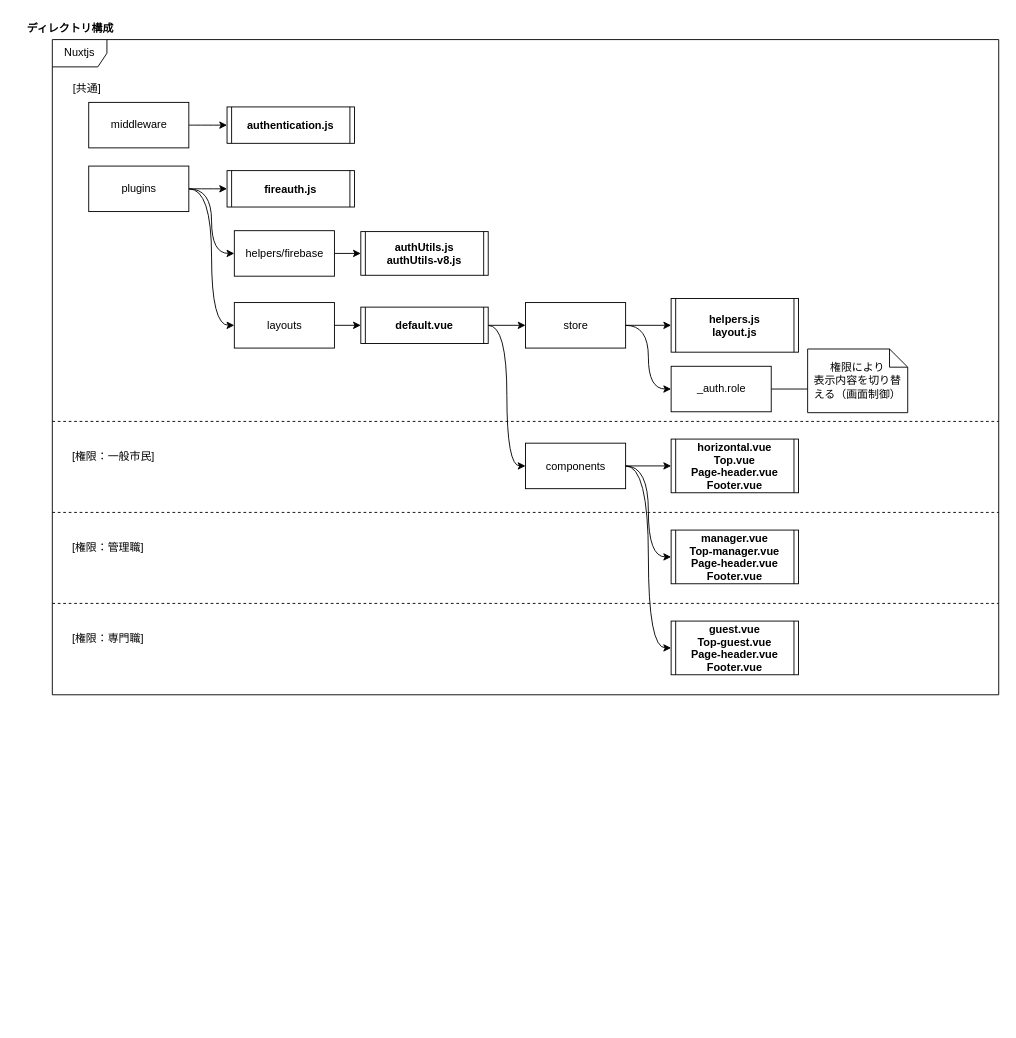
Earlier version of the draw.io diagram page "ディレクトリ構成" (3 of 6) of Iriomote.drawio (kaoru387/draw.io). Source tidied: cells renumbered, new cells numbered last; positions are measured from the earlier drawing's top-left corner, leaving out a move shared by most shapes. Both pictures are drawn from the tidied source at 91%, with x=0, y=0 at pixel (34, 15).
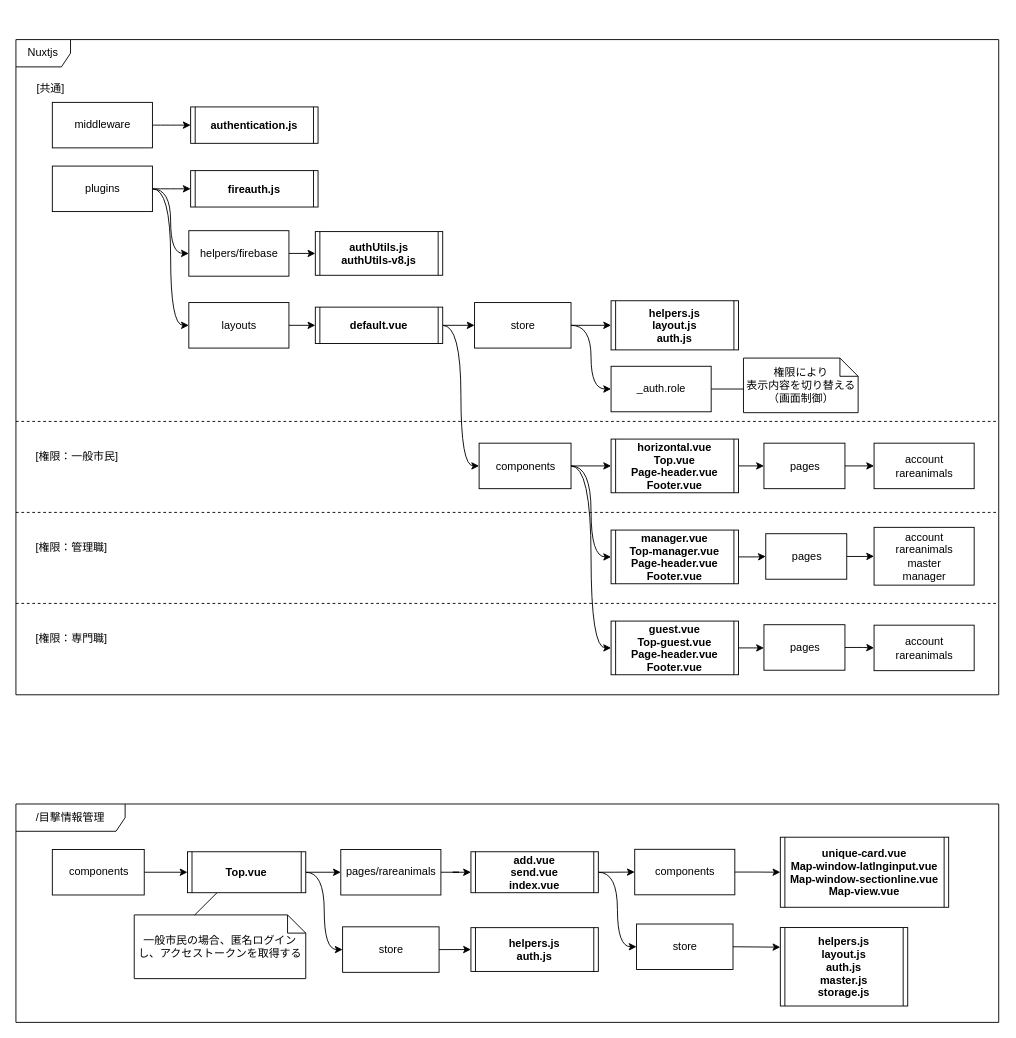
Above is the later version.

Diff of the diagram source:
```diff
@@
     <mxCell id="2" value="Nuxtjs" style="shape=umlFrame;whiteSpace=wrap;html=1;" parent="1" vertex="1">
-      <mxGeometry x="20" y="26" width="1040" height="720" as="geometry" />
+      <mxGeometry x="-20" y="26" width="1080" height="720" as="geometry" />
     </mxCell>
     <mxCell id="3" value="権限により&lt;br&gt;表示内容を切り替える（画面制御）" style="shape=note;size=20;whiteSpace=wrap;html=1;" parent="1" vertex="1">
-      <mxGeometry x="850" y="366" width="110" height="70" as="geometry" />
+      <mxGeometry x="779.5" y="376" width="126" height="60" as="geometry" />
     </mxCell>
-    <mxCell id="4" style="endArrow=none;html=1;rounded=0;exitX=0;exitY=0.5;exitDx=0;exitDy=0;exitPerimeter=0;entryX=1;entryY=0.5;entryDx=0;entryDy=0;" parent="1" edge="1" target="21">
+    <mxCell id="4" style="endArrow=none;html=1;rounded=0;entryX=1;entryY=0.5;entryDx=0;entryDy=0;" parent="1" edge="1" target="21">
       <mxGeometry relative="1" as="geometry">
-        <mxPoint x="850" y="410" as="sourcePoint" />
+        <mxPoint x="780" y="410" as="sourcePoint" />
       </mxGeometry>
     </mxCell>
@@
     <mxCell id="6" value="middleware" style="html=1;" parent="1" vertex="1">
-      <mxGeometry x="60" y="95" width="110" height="50" as="geometry" />
+      <mxGeometry x="20" y="95" width="110" height="50" as="geometry" />
     </mxCell>
@@
     <mxCell id="10" value="plugins" style="html=1;" parent="1" vertex="1">
-      <mxGeometry x="60" y="165" width="110" height="50" as="geometry" />
+      <mxGeometry x="20" y="165" width="110" height="50" as="geometry" />
     </mxCell>
@@
     <mxCell id="12" value="helpers/firebase" style="html=1;" parent="1" vertex="1">
-      <mxGeometry x="220" y="236" width="110" height="50" as="geometry" />
+      <mxGeometry x="170" y="236" width="110" height="50" as="geometry" />
     </mxCell>
@@
     <mxCell id="14" value="layouts" style="html=1;" parent="1" vertex="1">
-      <mxGeometry x="220" y="315" width="110" height="50" as="geometry" />
+      <mxGeometry x="170" y="315" width="110" height="50" as="geometry" />
     </mxCell>
@@
     <mxCell id="16" value="store" style="html=1;" parent="1" vertex="1">
-      <mxGeometry x="540" y="315" width="110" height="50" as="geometry" />
+      <mxGeometry x="484" y="315" width="106" height="50" as="geometry" />
     </mxCell>
@@
     <mxCell id="19" value="components" style="html=1;" parent="1" vertex="1">
-      <mxGeometry x="540" y="469.5" width="110" height="50" as="geometry" />
+      <mxGeometry x="489" y="469.5" width="101" height="50" as="geometry" />
     </mxCell>
@@
     <mxCell id="21" value="_auth.role" style="html=1;" parent="1" vertex="1">
-      <mxGeometry x="700" y="385" width="110" height="50" as="geometry" />
+      <mxGeometry x="634" y="385" width="110" height="50" as="geometry" />
     </mxCell>
@@
     <mxCell id="23" value="fireauth.js" style="shape=process2;fixedSize=1;size=5;fontStyle=1;" parent="1" vertex="1">
-      <mxGeometry x="212" y="170" width="140" height="40" as="geometry" />
+      <mxGeometry x="172" y="170" width="140" height="40" as="geometry" />
     </mxCell>
     <mxCell id="24" value="authUtils.js&#10;authUtils-v8.js" style="shape=process2;fixedSize=1;size=5;fontStyle=1;" parent="1" vertex="1">
-      <mxGeometry x="359" y="237" width="140" height="48" as="geometry" />
+      <mxGeometry x="309" y="237" width="140" height="48" as="geometry" />
     </mxCell>
@@
     <mxCell id="26" value="default.vue" style="shape=process2;fixedSize=1;size=5;fontStyle=1;" parent="1" vertex="1">
-      <mxGeometry x="359" y="320" width="140" height="40" as="geometry" />
+      <mxGeometry x="309" y="320" width="140" height="40" as="geometry" />
     </mxCell>
-    <mxCell id="27" value="helpers.js&#10;layout.js" style="shape=process2;fixedSize=1;size=5;fontStyle=1;" parent="1" vertex="1">
-      <mxGeometry x="700" y="310.5" width="140" height="59" as="geometry" />
+    <mxCell id="27" value="helpers.js&#10;layout.js&#10;auth.js" style="shape=process2;fixedSize=1;size=5;fontStyle=1;" parent="1" vertex="1">
+      <mxGeometry x="634" y="313" width="140" height="54" as="geometry" />
     </mxCell>
+    <mxCell id="38" style="edgeStyle=orthogonalEdgeStyle;rounded=0;jettySize=auto;html=1;exitX=1;exitY=0.5;exitDx=0;exitDy=0;entryX=0;entryY=0.5;entryDx=0;entryDy=0;" parent="1" edge="1" source="28" target="42">
+      <mxGeometry relative="1" as="geometry" />
+    </mxCell>
     <mxCell id="28" value="horizontal.vue&#10;Top.vue&#10;Page-header.vue&#10;Footer.vue" style="shape=process2;fixedSize=1;size=5;fontStyle=1;" parent="1" vertex="1">
-      <mxGeometry x="700" y="465" width="140" height="59" as="geometry" />
+      <mxGeometry x="634" y="465" width="140" height="59" as="geometry" />
     </mxCell>
+    <mxCell id="39" style="edgeStyle=orthogonalEdgeStyle;rounded=0;jettySize=auto;html=1;exitX=1;exitY=0.5;exitDx=0;exitDy=0;" parent="1" edge="1" source="29" target="45">
+      <mxGeometry relative="1" as="geometry" />
+    </mxCell>
     <mxCell id="29" value="manager.vue&#10;Top-manager.vue&#10;Page-header.vue&#10;Footer.vue" style="shape=process2;fixedSize=1;size=5;fontStyle=1;" parent="1" vertex="1">
-      <mxGeometry x="700" y="565" width="140" height="59" as="geometry" />
+      <mxGeometry x="634" y="565" width="140" height="59" as="geometry" />
     </mxCell>
+    <mxCell id="40" style="edgeStyle=orthogonalEdgeStyle;rounded=0;jettySize=auto;html=1;exitX=1;exitY=0.5;exitDx=0;exitDy=0;entryX=0;entryY=0.5;entryDx=0;entryDy=0;" parent="1" edge="1" source="30" target="47">
+      <mxGeometry relative="1" as="geometry" />
+    </mxCell>
     <mxCell id="30" value="guest.vue&#10;Top-guest.vue&#10;Page-header.vue&#10;Footer.vue" style="shape=process2;fixedSize=1;size=5;fontStyle=1;" parent="1" vertex="1">
-      <mxGeometry x="700" y="665" width="140" height="59" as="geometry" />
+      <mxGeometry x="634" y="665" width="140" height="59" as="geometry" />
     </mxCell>
     <mxCell id="31" value="authentication.js" style="shape=process2;fixedSize=1;size=5;fontStyle=1;" parent="1" vertex="1">
-      <mxGeometry x="212" y="100" width="140" height="40" as="geometry" />
+      <mxGeometry x="172" y="100" width="140" height="40" as="geometry" />
     </mxCell>
@@
     <mxCell id="33" value="[権限：一般市民]" style="line;strokeWidth=1;dashed=1;labelPosition=center;verticalLabelPosition=bottom;align=left;verticalAlign=top;spacingLeft=20;spacingTop=15;" parent="1" vertex="1">
-      <mxGeometry x="20" y="436" width="1040" height="19.2" as="geometry" />
+      <mxGeometry x="-20" y="436" width="1080" height="19.2" as="geometry" />
     </mxCell>
     <mxCell id="34" value="[権限：管理職]" style="line;strokeWidth=1;dashed=1;labelPosition=center;verticalLabelPosition=bottom;align=left;verticalAlign=top;spacingLeft=20;spacingTop=15;" parent="1" vertex="1">
-      <mxGeometry x="20" y="536" width="1040" height="19.2" as="geometry" />
+      <mxGeometry x="-20" y="536" width="1080" height="19.2" as="geometry" />
     </mxCell>
     <mxCell id="35" value="[権限：専門職]" style="line;strokeWidth=1;dashed=1;labelPosition=center;verticalLabelPosition=bottom;align=left;verticalAlign=top;spacingLeft=20;spacingTop=15;" parent="1" vertex="1">
-      <mxGeometry x="20" y="636" width="1040" height="19.2" as="geometry" />
+      <mxGeometry x="-20" y="636" width="1080" height="19.2" as="geometry" />
     </mxCell>
     <mxCell id="36" value="[共通]" style="text;" parent="1" vertex="1">
-      <mxGeometry x="41" y="66" width="100" height="20" as="geometry" />
+      <mxGeometry x="1" y="66" width="100" height="20" as="geometry" />
     </mxCell>
-    <mxCell id="37" value="ディレクトリ構成" style="text;align=center;fontStyle=1;verticalAlign=middle;spacingLeft=3;spacingRight=3;strokeColor=none;" parent="1" vertex="1">
-      <mxGeometry width="80" height="26" as="geometry" />
-    </mxCell>
+    <mxCell id="41" style="edgeStyle=orthogonalEdgeStyle;rounded=0;jettySize=auto;html=1;exitX=1;exitY=0.5;exitDx=0;exitDy=0;entryX=0;entryY=0.5;entryDx=0;entryDy=0;" parent="1" edge="1" source="42" target="43">
+      <mxGeometry relative="1" as="geometry" />
+    </mxCell>
+    <mxCell id="42" value="pages" style="html=1;" parent="1" vertex="1">
+      <mxGeometry x="802" y="469.5" width="89" height="50" as="geometry" />
+    </mxCell>
+    <mxCell id="43" value="account&lt;br&gt;rareanimals" style="html=1;" parent="1" vertex="1">
+      <mxGeometry x="923" y="469.5" width="110" height="50" as="geometry" />
+    </mxCell>
+    <mxCell id="44" style="edgeStyle=orthogonalEdgeStyle;rounded=0;jettySize=auto;html=1;" parent="1" edge="1" source="45" target="49">
+      <mxGeometry relative="1" as="geometry" />
+    </mxCell>
+    <mxCell id="45" value="pages" style="html=1;" parent="1" vertex="1">
+      <mxGeometry x="804" y="569" width="89" height="50" as="geometry" />
+    </mxCell>
+    <mxCell id="46" style="edgeStyle=orthogonalEdgeStyle;rounded=0;jettySize=auto;html=1;" parent="1" edge="1" source="47" target="48">
+      <mxGeometry relative="1" as="geometry" />
+    </mxCell>
+    <mxCell id="47" value="pages" style="html=1;" parent="1" vertex="1">
+      <mxGeometry x="802" y="669" width="89" height="50" as="geometry" />
+    </mxCell>
+    <mxCell id="48" value="account&lt;br&gt;rareanimals" style="html=1;" parent="1" vertex="1">
+      <mxGeometry x="923" y="669.5" width="110" height="50" as="geometry" />
+    </mxCell>
+    <mxCell id="49" value="account&lt;br&gt;rareanimals&lt;br&gt;master&lt;br&gt;manager" style="html=1;" parent="1" vertex="1">
+      <mxGeometry x="923" y="562" width="110" height="63.5" as="geometry" />
+    </mxCell>
+    <mxCell id="50" value="/目撃情報管理" style="shape=umlFrame;whiteSpace=wrap;html=1;width=120;height=30;" parent="1" vertex="1">
+      <mxGeometry x="-20" y="866" width="1080" height="240" as="geometry" />
+    </mxCell>
+    <mxCell id="51" style="edgeStyle=orthogonalEdgeStyle;rounded=0;jettySize=auto;html=1;exitX=1;exitY=0.5;exitDx=0;exitDy=0;entryX=0;entryY=0.5;entryDx=0;entryDy=0;" parent="1" edge="1" source="63" target="53">
+      <mxGeometry relative="1" as="geometry" />
+    </mxCell>
+    <mxCell id="52" style="edgeStyle=orthogonalEdgeStyle;rounded=0;jettySize=auto;html=1;exitX=1;exitY=0.5;exitDx=0;exitDy=0;" parent="1" edge="1" source="53" target="56">
+      <mxGeometry relative="1" as="geometry" />
+    </mxCell>
+    <mxCell id="53" value="pages/rareanimals" style="html=1;" parent="1" vertex="1">
+      <mxGeometry x="337" y="916" width="110" height="50" as="geometry" />
+    </mxCell>
+    <mxCell id="54" style="edgeStyle=orthogonalEdgeStyle;rounded=0;jettySize=auto;html=1;exitX=1;exitY=0.5;exitDx=0;exitDy=0;entryX=0;entryY=0.5;entryDx=0;entryDy=0;curved=1;" parent="1" edge="1" source="56" target="58">
+      <mxGeometry relative="1" as="geometry" />
+    </mxCell>
+    <mxCell id="55" style="edgeStyle=orthogonalEdgeStyle;curved=1;rounded=0;jettySize=auto;html=1;exitX=1;exitY=0.5;exitDx=0;exitDy=0;entryX=0;entryY=0.5;entryDx=0;entryDy=0;" parent="1" edge="1" source="56" target="65">
+      <mxGeometry relative="1" as="geometry" />
+    </mxCell>
+    <mxCell id="56" value="add.vue&#10;send.vue&#10;index.vue" style="shape=process2;fixedSize=1;size=5;fontStyle=1;" parent="1" vertex="1">
+      <mxGeometry x="480" y="918.5" width="140" height="45" as="geometry" />
+    </mxCell>
+    <mxCell id="57" style="edgeStyle=orthogonalEdgeStyle;rounded=0;jettySize=auto;html=1;exitX=1;exitY=0.5;exitDx=0;exitDy=0;entryX=0;entryY=0.5;entryDx=0;entryDy=0;" parent="1" edge="1" source="58" target="59">
+      <mxGeometry relative="1" as="geometry" />
+    </mxCell>
+    <mxCell id="58" value="components" style="html=1;" parent="1" vertex="1">
+      <mxGeometry x="660" y="915.8" width="110" height="50" as="geometry" />
+    </mxCell>
+    <mxCell id="59" value="unique-card.vue&#10;Map-window-latlnginput.vue&#10;Map-window-sectionline.vue&#10;Map-view.vue" style="shape=process2;fixedSize=1;size=5;fontStyle=1;" parent="1" vertex="1">
+      <mxGeometry x="820" y="902.5" width="185" height="77" as="geometry" />
+    </mxCell>
+    <mxCell id="60" style="edgeStyle=orthogonalEdgeStyle;rounded=0;jettySize=auto;html=1;exitX=1;exitY=0.5;exitDx=0;exitDy=0;entryX=0;entryY=0.5;entryDx=0;entryDy=0;" parent="1" edge="1" source="61" target="63">
+      <mxGeometry relative="1" as="geometry" />
+    </mxCell>
+    <mxCell id="61" value="components" style="html=1;" parent="1" vertex="1">
+      <mxGeometry x="20" y="916" width="101" height="50" as="geometry" />
+    </mxCell>
+    <mxCell id="62" style="edgeStyle=orthogonalEdgeStyle;curved=1;rounded=0;jettySize=auto;html=1;exitX=1;exitY=0.5;exitDx=0;exitDy=0;entryX=0;entryY=0.5;entryDx=0;entryDy=0;" parent="1" edge="1" source="63" target="68">
+      <mxGeometry relative="1" as="geometry" />
+    </mxCell>
+    <mxCell id="63" value="Top.vue" style="shape=process2;fixedSize=1;size=5;fontStyle=1;" parent="1" vertex="1">
+      <mxGeometry x="168.5" y="918.5" width="130" height="45" as="geometry" />
+    </mxCell>
+    <mxCell id="64" style="edgeStyle=none;rounded=0;jettySize=auto;html=1;exitX=1;exitY=0.5;exitDx=0;exitDy=0;entryX=0;entryY=0.25;entryDx=0;entryDy=0;" parent="1" edge="1" source="65" target="66">
+      <mxGeometry relative="1" as="geometry" />
+    </mxCell>
+    <mxCell id="65" value="store" style="html=1;" parent="1" vertex="1">
+      <mxGeometry x="662" y="997.9" width="106" height="50" as="geometry" />
+    </mxCell>
+    <mxCell id="66" value="helpers.js&#10;layout.js&#10;auth.js&#10;master.js&#10;storage.js" style="shape=process2;fixedSize=1;size=5;fontStyle=1;" parent="1" vertex="1">
+      <mxGeometry x="820" y="1001.8" width="140" height="86.2" as="geometry" />
+    </mxCell>
+    <mxCell id="67" style="edgeStyle=none;rounded=0;jettySize=auto;html=1;exitX=1;exitY=0.5;exitDx=0;exitDy=0;entryX=0;entryY=0.5;entryDx=0;entryDy=0;" parent="1" edge="1" source="68" target="69">
+      <mxGeometry relative="1" as="geometry" />
+    </mxCell>
+    <mxCell id="68" value="store" style="html=1;" parent="1" vertex="1">
+      <mxGeometry x="339" y="1001" width="106" height="50" as="geometry" />
+    </mxCell>
+    <mxCell id="69" value="helpers.js&#10;auth.js" style="shape=process2;fixedSize=1;size=5;fontStyle=1;" parent="1" vertex="1">
+      <mxGeometry x="480" y="1001.9" width="140" height="48.1" as="geometry" />
+    </mxCell>
+    <mxCell id="70" value="一般市民の場合、匿名ログインし、アクセストークンを取得する" style="shape=note;size=20;whiteSpace=wrap;html=1;" parent="1" vertex="1">
+      <mxGeometry x="110" y="987.9" width="188.5" height="70" as="geometry" />
+    </mxCell>
+    <mxCell id="71" style="endArrow=none;html=1;rounded=0;exitX=0.25;exitY=1;exitDx=0;exitDy=0;entryX=0.352;entryY=0.002;entryDx=0;entryDy=0;entryPerimeter=0;" parent="1" edge="1" source="63" target="70">
+      <mxGeometry relative="1" as="geometry" />
+    </mxCell>
```
